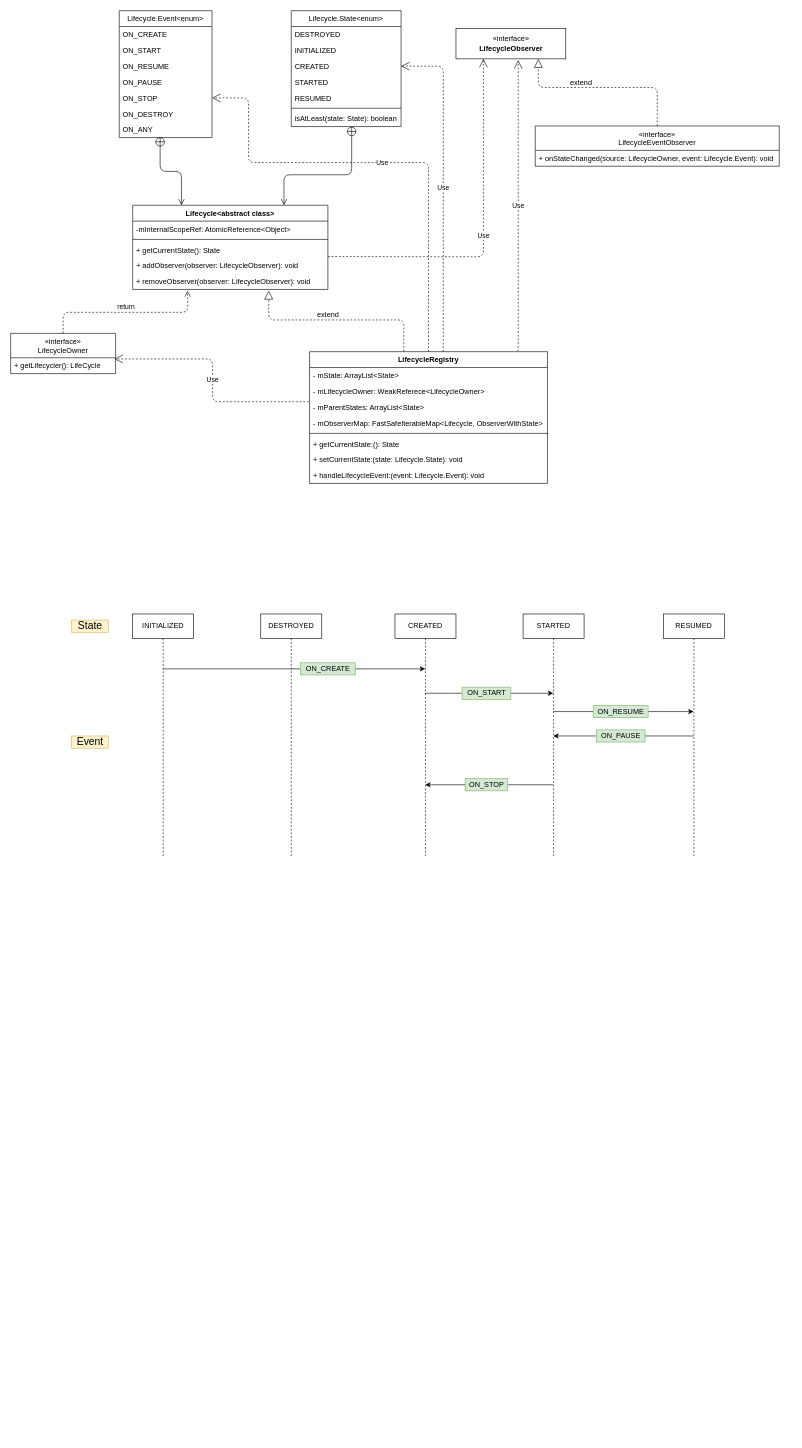
The draw.io diagram LIfecycle.drawio in Eanam/PointlessDiagram, before the edit. Source tidied: cells renumbered, new cells numbered last; positions are measured from the earlier drawing's top-left corner, leaving out a move shared by most shapes. Both pictures are drawn from the tidied source at 61%, with x=0, y=0 at pixel (10, 10).
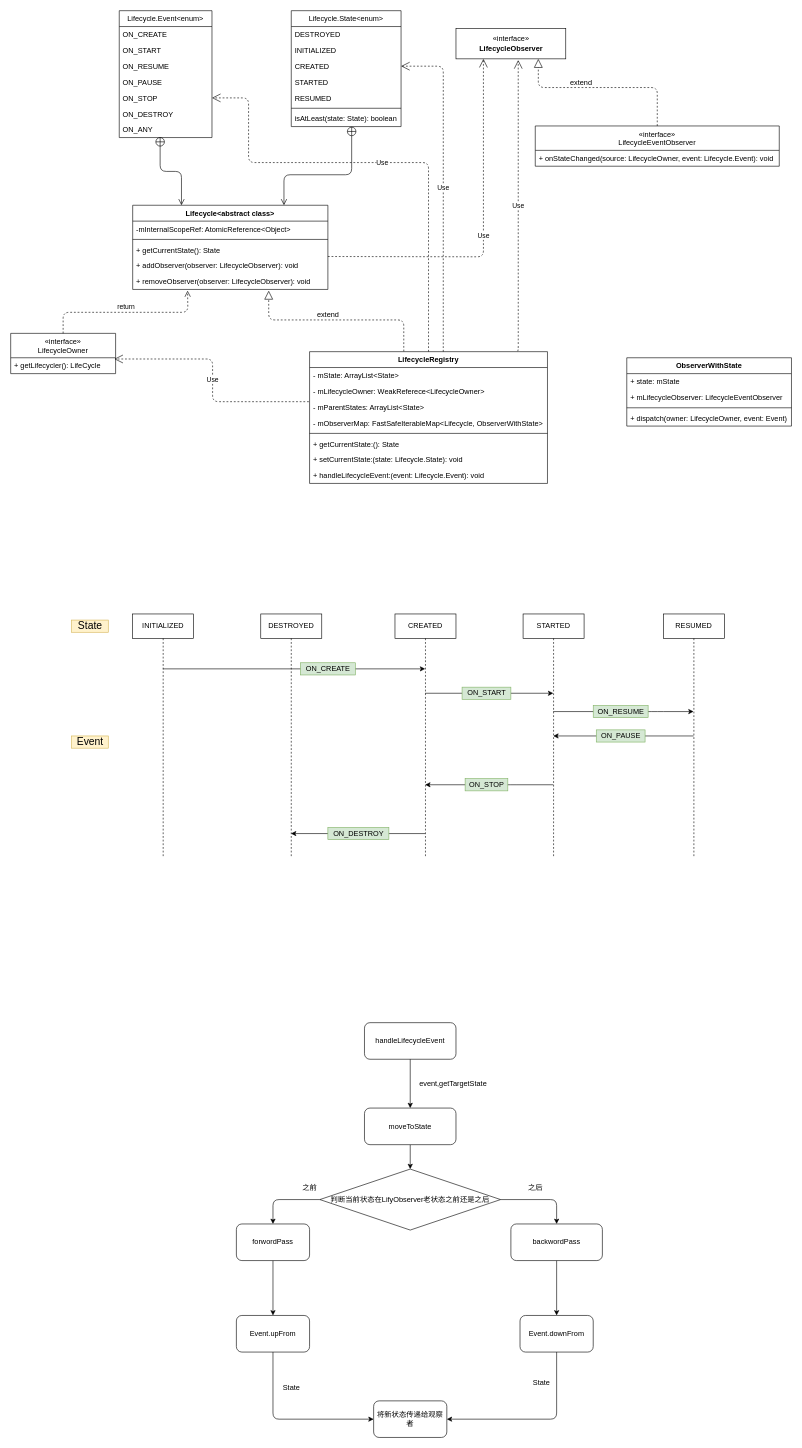
Above is the later version.

The change refers to these unchanged cells:
```xml
<mxCell id="51" value="DESTROYED" style="shape=umlLifeline;perimeter=lifelinePerimeter;whiteSpace=wrap;html=1;outlineConnect=0;" parent="1" vertex="1">
  <mxGeometry x="410" y="989" width="100" height="400" as="geometry" />
</mxCell>
<mxCell id="52" value="CREATED" style="shape=umlLifeline;perimeter=lifelinePerimeter;whiteSpace=wrap;html=1;outlineConnect=0;" parent="1" vertex="1">
  <mxGeometry x="630" y="989" width="100" height="400" as="geometry" />
</mxCell>
```

Change to the diagram source:
```diff
@@
+    <mxCell id="67" style="endArrow=classic;html=1;" parent="1" edge="1" source="52" target="51">
+      <mxGeometry relative="1" as="geometry">
+        <Array as="points">
+          <mxPoint x="600" y="1349" />
+        </Array>
+      </mxGeometry>
+    </mxCell>
+    <mxCell id="68" value="ON_DESTROY" style="text;html=1;align=center;verticalAlign=middle;strokeColor=#82b366;fillColor=#d5e8d4;" parent="1" vertex="1">
+      <mxGeometry x="520" y="1339" width="100" height="20" as="geometry" />
+    </mxCell>
+    <mxCell id="69" value="handleLifecycleEvent" style="rounded=1;whiteSpace=wrap;html=1;" parent="1" vertex="1">
+      <mxGeometry x="580" y="1659" width="150" height="60" as="geometry" />
+    </mxCell>
+    <mxCell id="70" style="edgeStyle=orthogonalEdgeStyle;rounded=0;jettySize=auto;html=1;startArrow=none;startFill=0;" parent="1" edge="1" source="71" target="74">
+      <mxGeometry relative="1" as="geometry" />
+    </mxCell>
+    <mxCell id="71" value="moveToState" style="rounded=1;whiteSpace=wrap;html=1;" parent="1" vertex="1">
+      <mxGeometry x="580" y="1799" width="150" height="60" as="geometry" />
+    </mxCell>
+    <mxCell id="72" style="endArrow=classic;html=1;entryX=0.5;entryY=0;entryDx=0;entryDy=0;exitX=0.5;exitY=1;exitDx=0;exitDy=0;" parent="1" edge="1" source="69" target="71">
+      <mxGeometry relative="1" as="geometry" />
+    </mxCell>
+    <mxCell id="73" value="event,getTargetState" style="text;html=1;align=center;verticalAlign=middle;strokeColor=none;" parent="1" vertex="1">
+      <mxGeometry x="660" y="1749" width="130" height="20" as="geometry" />
+    </mxCell>
+    <mxCell id="74" value="判断当前状态在LifyObserver老状态之前还是之后" style="rhombus;whiteSpace=wrap;html=1;" parent="1" vertex="1">
+      <mxGeometry x="506.9" y="1899" width="296.2" height="100" as="geometry" />
+    </mxCell>
+    <mxCell id="75" style="edgeStyle=orthogonalEdgeStyle;rounded=0;jettySize=auto;html=1;startArrow=none;startFill=0;" parent="1" edge="1" source="76" target="83">
+      <mxGeometry relative="1" as="geometry" />
+    </mxCell>
+    <mxCell id="76" value="forwordPass" style="rounded=1;whiteSpace=wrap;html=1;" parent="1" vertex="1">
+      <mxGeometry x="370" y="1989" width="120" height="60" as="geometry" />
+    </mxCell>
+    <mxCell id="77" style="edgeStyle=orthogonalEdgeStyle;rounded=0;jettySize=auto;html=1;startArrow=none;startFill=0;" parent="1" edge="1" source="78" target="84">
+      <mxGeometry relative="1" as="geometry" />
+    </mxCell>
+    <mxCell id="78" value="backwordPass" style="rounded=1;whiteSpace=wrap;html=1;" parent="1" vertex="1">
+      <mxGeometry x="820" y="1989" width="150" height="60" as="geometry" />
+    </mxCell>
+    <mxCell id="79" style="endArrow=classic;html=1;exitX=0;exitY=0.5;exitDx=0;exitDy=0;entryX=0.5;entryY=0;entryDx=0;entryDy=0;edgeStyle=orthogonalEdgeStyle;" parent="1" edge="1" source="74" target="76">
+      <mxGeometry relative="1" as="geometry" />
+    </mxCell>
+    <mxCell id="80" value="之前" style="text;html=1;align=center;verticalAlign=middle;strokeColor=none;" parent="1" vertex="1">
+      <mxGeometry x="470" y="1919" width="40" height="20" as="geometry" />
+    </mxCell>
+    <mxCell id="81" style="endArrow=classic;html=1;exitX=1;exitY=0.5;exitDx=0;exitDy=0;entryX=0.5;entryY=0;entryDx=0;entryDy=0;edgeStyle=orthogonalEdgeStyle;" parent="1" edge="1" source="74" target="78">
+      <mxGeometry relative="1" as="geometry" />
+    </mxCell>
+    <mxCell id="82" value="之后" style="text;html=1;align=center;verticalAlign=middle;strokeColor=none;" parent="1" vertex="1">
+      <mxGeometry x="840" y="1919" width="40" height="20" as="geometry" />
+    </mxCell>
+    <mxCell id="83" value="Event.upFrom" style="rounded=1;whiteSpace=wrap;html=1;" parent="1" vertex="1">
+      <mxGeometry x="370" y="2139" width="120" height="60" as="geometry" />
+    </mxCell>
+    <mxCell id="84" value="Event.downFrom" style="rounded=1;whiteSpace=wrap;html=1;" parent="1" vertex="1">
+      <mxGeometry x="835" y="2139" width="120" height="60" as="geometry" />
+    </mxCell>
+    <mxCell id="85" value="将新状态传递给观察者" style="rounded=1;whiteSpace=wrap;html=1;" parent="1" vertex="1">
+      <mxGeometry x="595" y="2279" width="120" height="60" as="geometry" />
+    </mxCell>
+    <mxCell id="86" style="endArrow=classic;html=1;exitX=0.5;exitY=1;exitDx=0;exitDy=0;entryX=0;entryY=0.5;entryDx=0;entryDy=0;edgeStyle=orthogonalEdgeStyle;" parent="1" edge="1" source="83" target="85">
+      <mxGeometry relative="1" as="geometry" />
+    </mxCell>
+    <mxCell id="87" style="endArrow=classic;html=1;exitX=0.5;exitY=1;exitDx=0;exitDy=0;entryX=1;entryY=0.5;entryDx=0;entryDy=0;edgeStyle=orthogonalEdgeStyle;" parent="1" edge="1" source="84" target="85">
+      <mxGeometry relative="1" as="geometry" />
+    </mxCell>
+    <mxCell id="88" value="State" style="text;html=1;align=center;verticalAlign=middle;strokeColor=none;" parent="1" vertex="1">
+      <mxGeometry x="440" y="2247" width="40" height="20" as="geometry" />
+    </mxCell>
+    <mxCell id="89" value="State" style="text;html=1;align=center;verticalAlign=middle;strokeColor=none;" parent="1" vertex="1">
+      <mxGeometry x="850" y="2239" width="40" height="20" as="geometry" />
+    </mxCell>
+    <mxCell id="90" value="ObserverWithState" style="swimlane;fontStyle=1;align=center;verticalAlign=top;horizontal=1;startSize=26;" parent="1" vertex="1">
+      <mxGeometry x="1010" y="569" width="270" height="112" as="geometry" />
+    </mxCell>
+    <mxCell id="91" value="+ state: mState" style="text;strokeColor=none;fillColor=none;align=left;verticalAlign=top;spacingLeft=4;spacingRight=4;overflow=hidden;" parent="90" vertex="1">
+      <mxGeometry y="26" width="270" height="26" as="geometry" />
+    </mxCell>
+    <mxCell id="92" value="+ mLifecycleObserver: LifecycleEventObserver" style="text;strokeColor=none;fillColor=none;align=left;verticalAlign=top;spacingLeft=4;spacingRight=4;overflow=hidden;" parent="90" vertex="1">
+      <mxGeometry y="52" width="270" height="26" as="geometry" />
+    </mxCell>
+    <mxCell id="93" style="line;strokeWidth=1;fillColor=none;align=left;verticalAlign=middle;spacingTop=-1;spacingLeft=3;spacingRight=3;labelPosition=right;" parent="90" vertex="1">
+      <mxGeometry y="78" width="270" height="8" as="geometry" />
+    </mxCell>
+    <mxCell id="94" value="+ dispatch(owner: LifecycleOwner, event: Event)" style="text;strokeColor=none;fillColor=none;align=left;verticalAlign=top;spacingLeft=4;spacingRight=4;overflow=hidden;" parent="90" vertex="1">
+      <mxGeometry y="86" width="270" height="26" as="geometry" />
+    </mxCell>
```
